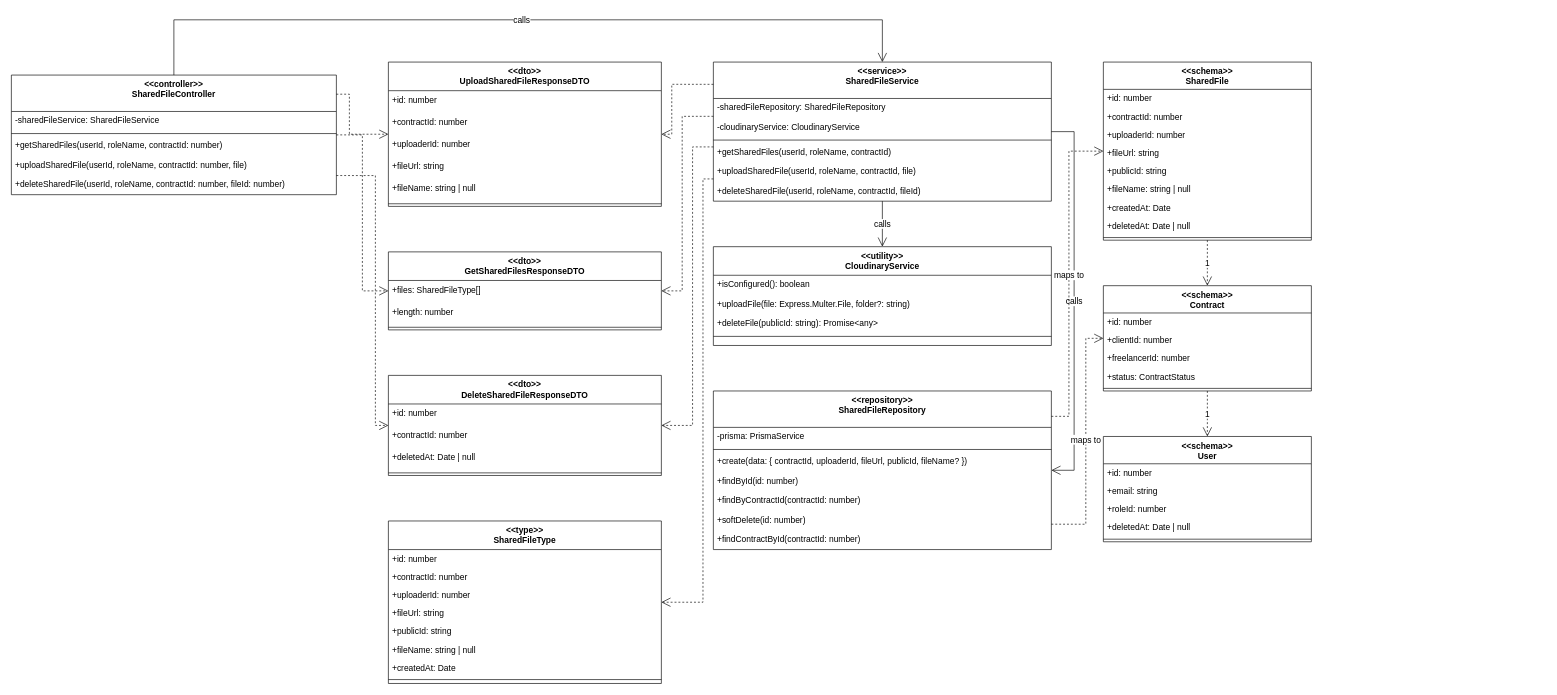
Above: class-diagrams/UC-13_Shared_File_Class_Diagram.drawio in Thunggg/Frevia (draw.io), before the change. Source tidied: cells renumbered, new cells numbered last; positions are measured from the earlier drawing's top-left corner, leaving out a move shared by most shapes. Both pictures are drawn from the tidied source at 65%, with x=0, y=0 at pixel (11, 20).
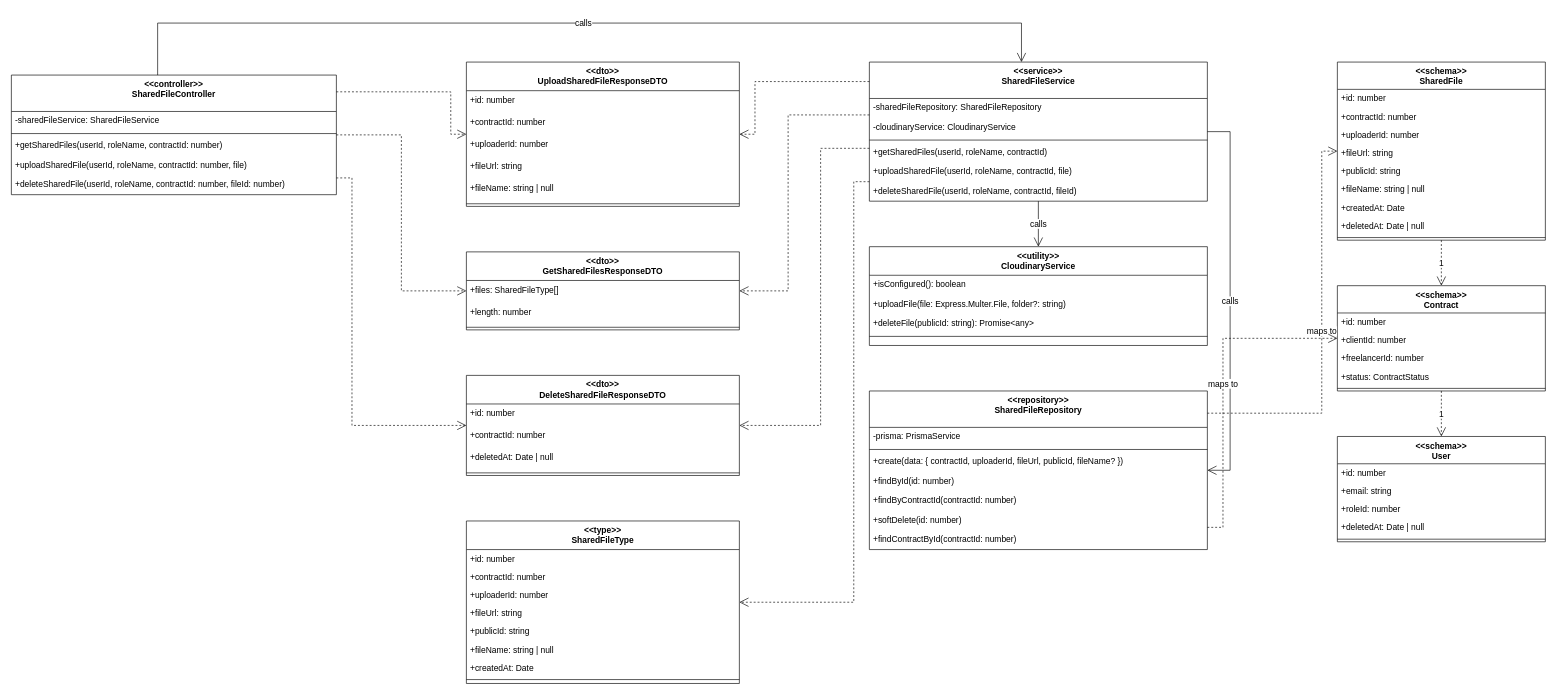
The same diagram, later.

The change refers to these unchanged cells:
```xml
<mxCell id="2" value="&lt;&lt;controller&gt;&gt;&#10;SharedFileController" style="swimlane;fontStyle=1;align=center;verticalAlign=top;horizontal=1;startSize=56;fontSize=13;labelBackgroundColor=none;" parent="1" vertex="1">
  <mxGeometry y="85" width="500" height="184" as="geometry" />
</mxCell>
```

The edit, as a diff of the source:
```diff
@@
     <mxCell id="8" value="&lt;&lt;dto&gt;&gt;&#10;UploadSharedFileResponseDTO" style="swimlane;fontStyle=1;align=center;verticalAlign=top;horizontal=1;startSize=44;fontSize=13;labelBackgroundColor=none;" parent="1" vertex="1">
-      <mxGeometry x="580" y="65" width="420" height="222" as="geometry" />
+      <mxGeometry x="700" y="65" width="420" height="222" as="geometry" />
     </mxCell>
@@
     <mxCell id="15" value="&lt;&lt;dto&gt;&gt;&#10;GetSharedFilesResponseDTO" style="swimlane;fontStyle=1;align=center;verticalAlign=top;horizontal=1;startSize=44;fontSize=13;labelBackgroundColor=none;" parent="1" vertex="1">
-      <mxGeometry x="580" y="357" width="420" height="120" as="geometry" />
+      <mxGeometry x="700" y="357" width="420" height="120" as="geometry" />
     </mxCell>
@@
     <mxCell id="19" value="&lt;&lt;dto&gt;&gt;&#10;DeleteSharedFileResponseDTO" style="swimlane;fontStyle=1;align=center;verticalAlign=top;horizontal=1;startSize=44;fontSize=13;labelBackgroundColor=none;" parent="1" vertex="1">
-      <mxGeometry x="580" y="547" width="420" height="154" as="geometry" />
+      <mxGeometry x="700" y="547" width="420" height="154" as="geometry" />
     </mxCell>
@@
     <mxCell id="24" value="&lt;&lt;type&gt;&gt;&#10;SharedFileType" style="swimlane;fontStyle=1;align=center;verticalAlign=top;horizontal=1;startSize=44;fontSize=13;labelBackgroundColor=none;" parent="1" vertex="1">
-      <mxGeometry x="580" y="771" width="420" height="250" as="geometry" />
+      <mxGeometry x="700" y="771" width="420" height="250" as="geometry" />
     </mxCell>
@@
     <mxCell id="33" value="&lt;&lt;service&gt;&gt;&#10;SharedFileService" style="swimlane;fontStyle=1;align=center;verticalAlign=top;horizontal=1;startSize=56;fontSize=13;labelBackgroundColor=none;" parent="1" vertex="1">
-      <mxGeometry x="1080" y="65" width="520" height="214" as="geometry" />
+      <mxGeometry x="1320" y="65" width="520" height="214" as="geometry" />
     </mxCell>
@@
     <mxCell id="40" value="&lt;&lt;utility&gt;&gt;&#10;CloudinaryService" style="swimlane;fontStyle=1;align=center;verticalAlign=top;horizontal=1;startSize=44;fontSize=13;labelBackgroundColor=none;" parent="1" vertex="1">
-      <mxGeometry x="1080" y="349" width="520" height="152" as="geometry" />
+      <mxGeometry x="1320" y="349" width="520" height="152" as="geometry" />
     </mxCell>
@@
     <mxCell id="45" value="&lt;&lt;repository&gt;&gt;&#10;SharedFileRepository" style="swimlane;fontStyle=1;align=center;verticalAlign=top;horizontal=1;startSize=56;fontSize=13;labelBackgroundColor=none;" parent="1" vertex="1">
-      <mxGeometry x="1080" y="571" width="520" height="244" as="geometry" />
+      <mxGeometry x="1320" y="571" width="520" height="244" as="geometry" />
     </mxCell>
@@
     <mxCell id="53" value="&lt;&lt;schema&gt;&gt;&#10;SharedFile" style="swimlane;fontStyle=1;align=center;verticalAlign=top;horizontal=1;startSize=42;fontSize=13;labelBackgroundColor=none;" parent="1" vertex="1">
-      <mxGeometry x="1680" y="65" width="320" height="274" as="geometry" />
+      <mxGeometry x="2040" y="65" width="320" height="274" as="geometry" />
     </mxCell>
@@
     <mxCell id="63" value="&lt;&lt;schema&gt;&gt;&#10;Contract" style="swimlane;fontStyle=1;align=center;verticalAlign=top;horizontal=1;startSize=42;fontSize=13;labelBackgroundColor=none;" parent="1" vertex="1">
-      <mxGeometry x="1680" y="409" width="320" height="162" as="geometry" />
+      <mxGeometry x="2040" y="409" width="320" height="162" as="geometry" />
     </mxCell>
@@
     <mxCell id="69" value="&lt;&lt;schema&gt;&gt;&#10;User" style="swimlane;fontStyle=1;align=center;verticalAlign=top;horizontal=1;startSize=42;fontSize=13;labelBackgroundColor=none;" parent="1" vertex="1">
-      <mxGeometry x="1680" y="641" width="320" height="162" as="geometry" />
+      <mxGeometry x="2040" y="641" width="320" height="162" as="geometry" />
     </mxCell>
@@
-    <mxCell id="75" value="calls" style="edgeStyle=orthogonalEdgeStyle;rounded=0;jettySize=auto;html=1;startArrow=none;endArrow=open;endSize=12;fontSize=13;labelBackgroundColor=#ffffff;exitX=0.5;exitY=0.0;exitDx=0;exitDy=0;entryX=0.5;entryY=0.0;entryDx=0;entryDy=0;" parent="1" edge="1" source="2" target="33">
+    <mxCell id="75" value="calls" style="edgeStyle=orthogonalEdgeStyle;rounded=0;jettySize=auto;html=1;startArrow=none;endArrow=open;endSize=12;fontSize=13;labelBackgroundColor=#ffffff;exitX=0.45;exitY=0.0;exitDx=0;exitDy=0;entryX=0.45;entryY=0.0;entryDx=0;entryDy=0;" parent="1" edge="1" source="2" target="33">
       <mxGeometry relative="1" as="geometry">
         <Array as="points">
-          <mxPoint x="250" />
-          <mxPoint x="1340" />
+          <mxPoint x="225" y="5" />
+          <mxPoint x="1554" y="5" />
         </Array>
       </mxGeometry>
     </mxCell>
-    <mxCell id="76" style="edgeStyle=orthogonalEdgeStyle;rounded=0;jettySize=auto;html=1;startArrow=none;endArrow=open;endSize=12;fontSize=13;labelBackgroundColor=#ffffff;dashed=1;exitX=1.0;exitY=0.16;exitDx=0;exitDy=0;entryX=0.0;entryY=0.5;entryDx=0;entryDy=0;" parent="1" edge="1" source="2" target="8">
+    <mxCell id="76" style="edgeStyle=orthogonalEdgeStyle;rounded=0;jettySize=auto;html=1;startArrow=none;endArrow=open;endSize=12;fontSize=13;labelBackgroundColor=#ffffff;dashed=1;exitX=1.0;exitY=0.14;exitDx=0;exitDy=0;entryX=0.0;entryY=0.5;entryDx=0;entryDy=0;" parent="1" edge="1" source="2" target="8">
       <mxGeometry relative="1" as="geometry">
         <Array as="points">
-          <mxPoint x="520" y="114" />
-          <mxPoint x="520" y="176" />
+          <mxPoint x="676" y="111" />
+          <mxPoint x="676" y="176" />
         </Array>
       </mxGeometry>
     </mxCell>
-    <mxCell id="77" style="edgeStyle=orthogonalEdgeStyle;rounded=0;jettySize=auto;html=1;startArrow=none;endArrow=open;endSize=12;fontSize=13;labelBackgroundColor=#ffffff;dashed=1;exitX=0.0;exitY=0.16;exitDx=0;exitDy=0;entryX=1.0;entryY=0.5;entryDx=0;entryDy=0;" parent="1" edge="1" source="33" target="8">
+    <mxCell id="77" style="edgeStyle=orthogonalEdgeStyle;rounded=0;jettySize=auto;html=1;startArrow=none;endArrow=open;endSize=12;fontSize=13;labelBackgroundColor=#ffffff;dashed=1;exitX=0.0;exitY=0.14;exitDx=0;exitDy=0;entryX=1.0;entryY=0.5;entryDx=0;entryDy=0;" parent="1" edge="1" source="33" target="8">
       <mxGeometry relative="1" as="geometry">
         <Array as="points">
-          <mxPoint x="1016" y="99" />
-          <mxPoint x="1016" y="176" />
+          <mxPoint x="1144" y="95" />
+          <mxPoint x="1144" y="176" />
         </Array>
       </mxGeometry>
     </mxCell>
     <mxCell id="78" style="edgeStyle=orthogonalEdgeStyle;rounded=0;jettySize=auto;html=1;startArrow=none;endArrow=open;endSize=12;fontSize=13;labelBackgroundColor=#ffffff;dashed=1;exitX=1.0;exitY=0.5;exitDx=0;exitDy=0;entryX=0.0;entryY=0.5;entryDx=0;entryDy=0;" parent="1" edge="1" source="2" target="15">
       <mxGeometry relative="1" as="geometry">
         <Array as="points">
-          <mxPoint x="540" y="177" />
-          <mxPoint x="540" y="417" />
+          <mxPoint x="600" y="177" />
+          <mxPoint x="600" y="417" />
         </Array>
       </mxGeometry>
     </mxCell>
-    <mxCell id="79" style="edgeStyle=orthogonalEdgeStyle;rounded=0;jettySize=auto;html=1;startArrow=none;endArrow=open;endSize=12;fontSize=13;labelBackgroundColor=#ffffff;dashed=1;exitX=0.0;exitY=0.39;exitDx=0;exitDy=0;entryX=1.0;entryY=0.5;entryDx=0;entryDy=0;" parent="1" edge="1" source="33" target="15">
+    <mxCell id="79" style="edgeStyle=orthogonalEdgeStyle;rounded=0;jettySize=auto;html=1;startArrow=none;endArrow=open;endSize=12;fontSize=13;labelBackgroundColor=#ffffff;dashed=1;exitX=0.0;exitY=0.38;exitDx=0;exitDy=0;entryX=1.0;entryY=0.5;entryDx=0;entryDy=0;" parent="1" edge="1" source="33" target="15">
       <mxGeometry relative="1" as="geometry">
         <Array as="points">
-          <mxPoint x="1032" y="148" />
-          <mxPoint x="1032" y="417" />
+          <mxPoint x="1195" y="146" />
+          <mxPoint x="1195" y="417" />
         </Array>
       </mxGeometry>
     </mxCell>
-    <mxCell id="80" style="edgeStyle=orthogonalEdgeStyle;rounded=0;jettySize=auto;html=1;startArrow=none;endArrow=open;endSize=12;fontSize=13;labelBackgroundColor=#ffffff;dashed=1;exitX=1.0;exitY=0.84;exitDx=0;exitDy=0;entryX=0.0;entryY=0.5;entryDx=0;entryDy=0;" parent="1" edge="1" source="2" target="19">
+    <mxCell id="80" style="edgeStyle=orthogonalEdgeStyle;rounded=0;jettySize=auto;html=1;startArrow=none;endArrow=open;endSize=12;fontSize=13;labelBackgroundColor=#ffffff;dashed=1;exitX=1.0;exitY=0.86;exitDx=0;exitDy=0;entryX=0.0;entryY=0.5;entryDx=0;entryDy=0;" parent="1" edge="1" source="2" target="19">
       <mxGeometry relative="1" as="geometry">
         <Array as="points">
-          <mxPoint x="560" y="240" />
-          <mxPoint x="560" y="624" />
+          <mxPoint x="524" y="243" />
+          <mxPoint x="524" y="624" />
         </Array>
       </mxGeometry>
     </mxCell>
-    <mxCell id="81" style="edgeStyle=orthogonalEdgeStyle;rounded=0;jettySize=auto;html=1;startArrow=none;endArrow=open;endSize=12;fontSize=13;labelBackgroundColor=#ffffff;dashed=1;exitX=0.0;exitY=0.61;exitDx=0;exitDy=0;entryX=1.0;entryY=0.5;entryDx=0;entryDy=0;" parent="1" edge="1" source="33" target="19">
+    <mxCell id="81" style="edgeStyle=orthogonalEdgeStyle;rounded=0;jettySize=auto;html=1;startArrow=none;endArrow=open;endSize=12;fontSize=13;labelBackgroundColor=#ffffff;dashed=1;exitX=0.0;exitY=0.62;exitDx=0;exitDy=0;entryX=1.0;entryY=0.5;entryDx=0;entryDy=0;" parent="1" edge="1" source="33" target="19">
       <mxGeometry relative="1" as="geometry">
         <Array as="points">
-          <mxPoint x="1048" y="196" />
-          <mxPoint x="1048" y="624" />
+          <mxPoint x="1245" y="198" />
+          <mxPoint x="1245" y="624" />
         </Array>
       </mxGeometry>
     </mxCell>
-    <mxCell id="82" style="edgeStyle=orthogonalEdgeStyle;rounded=0;jettySize=auto;html=1;startArrow=none;endArrow=open;endSize=12;fontSize=13;labelBackgroundColor=#ffffff;dashed=1;exitX=0.0;exitY=0.84;exitDx=0;exitDy=0;entryX=1.0;entryY=0.5;entryDx=0;entryDy=0;" parent="1" edge="1" source="33" target="24">
+    <mxCell id="82" style="edgeStyle=orthogonalEdgeStyle;rounded=0;jettySize=auto;html=1;startArrow=none;endArrow=open;endSize=12;fontSize=13;labelBackgroundColor=#ffffff;dashed=1;exitX=0.0;exitY=0.86;exitDx=0;exitDy=0;entryX=1.0;entryY=0.5;entryDx=0;entryDy=0;" parent="1" edge="1" source="33" target="24">
       <mxGeometry relative="1" as="geometry">
         <Array as="points">
-          <mxPoint x="1064" y="245" />
-          <mxPoint x="1064" y="896" />
+          <mxPoint x="1296" y="249" />
+          <mxPoint x="1296" y="896" />
         </Array>
       </mxGeometry>
     </mxCell>
@@
     <mxCell id="84" value="calls" style="edgeStyle=orthogonalEdgeStyle;rounded=0;jettySize=auto;html=1;startArrow=none;endArrow=open;endSize=12;fontSize=13;labelBackgroundColor=#ffffff;exitX=1.0;exitY=0.5;exitDx=0;exitDy=0;entryX=1.0;entryY=0.5;entryDx=0;entryDy=0;" parent="1" edge="1" source="33" target="45">
       <mxGeometry relative="1" as="geometry">
         <Array as="points">
-          <mxPoint x="1635" y="172" />
-          <mxPoint x="1635" y="693" />
+          <mxPoint x="1875" y="172" />
+          <mxPoint x="1875" y="693" />
         </Array>
       </mxGeometry>
     </mxCell>
-    <mxCell id="85" value="maps to" style="edgeStyle=orthogonalEdgeStyle;rounded=0;jettySize=auto;html=1;startArrow=none;endArrow=open;endSize=12;fontSize=13;labelBackgroundColor=#ffffff;dashed=1;exitX=1.0;exitY=0.16;exitDx=0;exitDy=0;entryX=0.0;entryY=0.5;entryDx=0;entryDy=0;" parent="1" edge="1" source="45" target="53">
+    <mxCell id="85" value="maps to" style="edgeStyle=orthogonalEdgeStyle;rounded=0;jettySize=auto;html=1;startArrow=none;endArrow=open;endSize=12;fontSize=13;labelBackgroundColor=#ffffff;dashed=1;exitX=1.0;exitY=0.14;exitDx=0;exitDy=0;entryX=0.0;entryY=0.5;entryDx=0;entryDy=0;" parent="1" edge="1" source="45" target="53">
       <mxGeometry relative="1" as="geometry">
         <Array as="points">
-          <mxPoint x="1627" y="610" />
-          <mxPoint x="1627" y="202" />
+          <mxPoint x="2016" y="605" />
+          <mxPoint x="2016" y="202" />
         </Array>
       </mxGeometry>
     </mxCell>
-    <mxCell id="86" value="maps to" style="edgeStyle=orthogonalEdgeStyle;rounded=0;jettySize=auto;html=1;startArrow=none;endArrow=open;endSize=12;fontSize=13;labelBackgroundColor=#ffffff;dashed=1;exitX=1.0;exitY=0.84;exitDx=0;exitDy=0;entryX=0.0;entryY=0.5;entryDx=0;entryDy=0;" parent="1" edge="1" source="45" target="63">
+    <mxCell id="86" value="maps to" style="edgeStyle=orthogonalEdgeStyle;rounded=0;jettySize=auto;html=1;startArrow=none;endArrow=open;endSize=12;fontSize=13;labelBackgroundColor=#ffffff;dashed=1;exitX=1.0;exitY=0.86;exitDx=0;exitDy=0;entryX=0.0;entryY=0.5;entryDx=0;entryDy=0;" parent="1" edge="1" source="45" target="63">
       <mxGeometry relative="1" as="geometry">
         <Array as="points">
-          <mxPoint x="1653" y="776" />
-          <mxPoint x="1653" y="490" />
+          <mxPoint x="1864" y="781" />
+          <mxPoint x="1864" y="490" />
         </Array>
       </mxGeometry>
     </mxCell>
```
